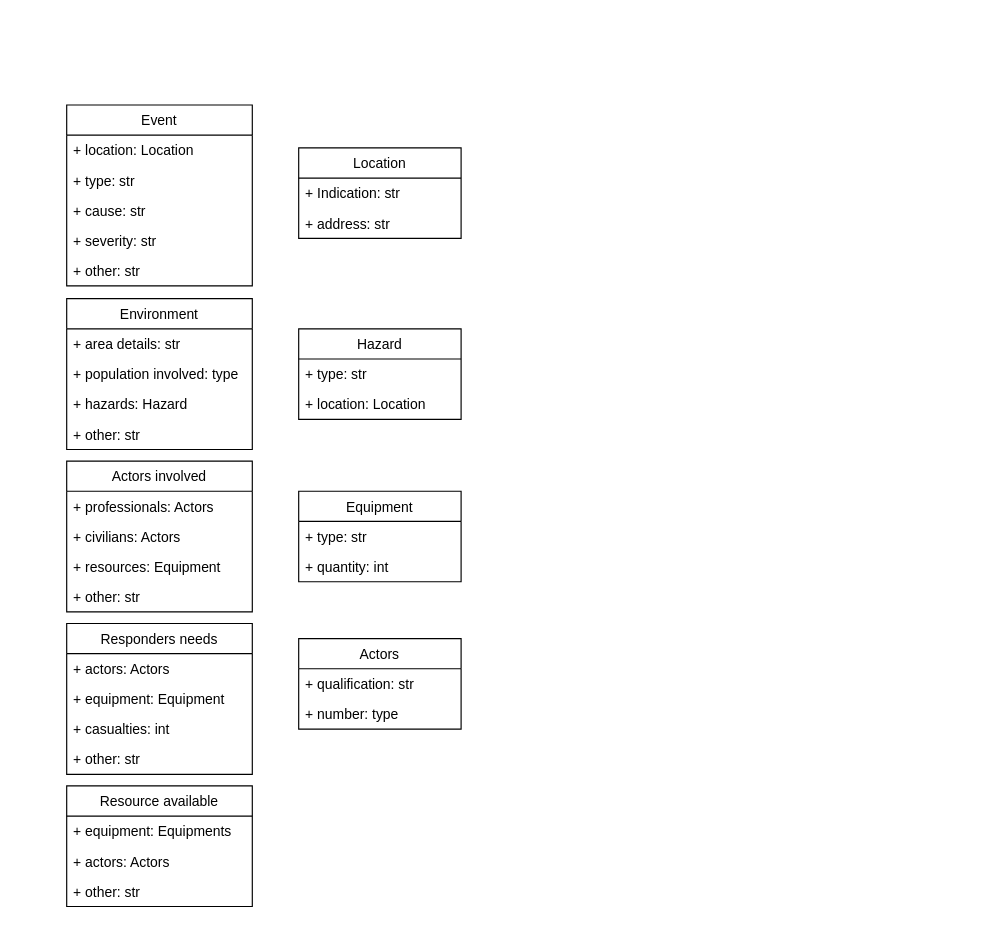
Before: figures/chap-3/information-needs.drawio in Kydlaw/Dissertation, a draw.io diagram. Source tidied: cells renumbered, new cells numbered last; positions are measured from the earlier drawing's top-left corner, leaving out a move shared by most shapes. Both pictures are drawn from the tidied source at 116%, with x=0, y=0 at pixel (66, 104).
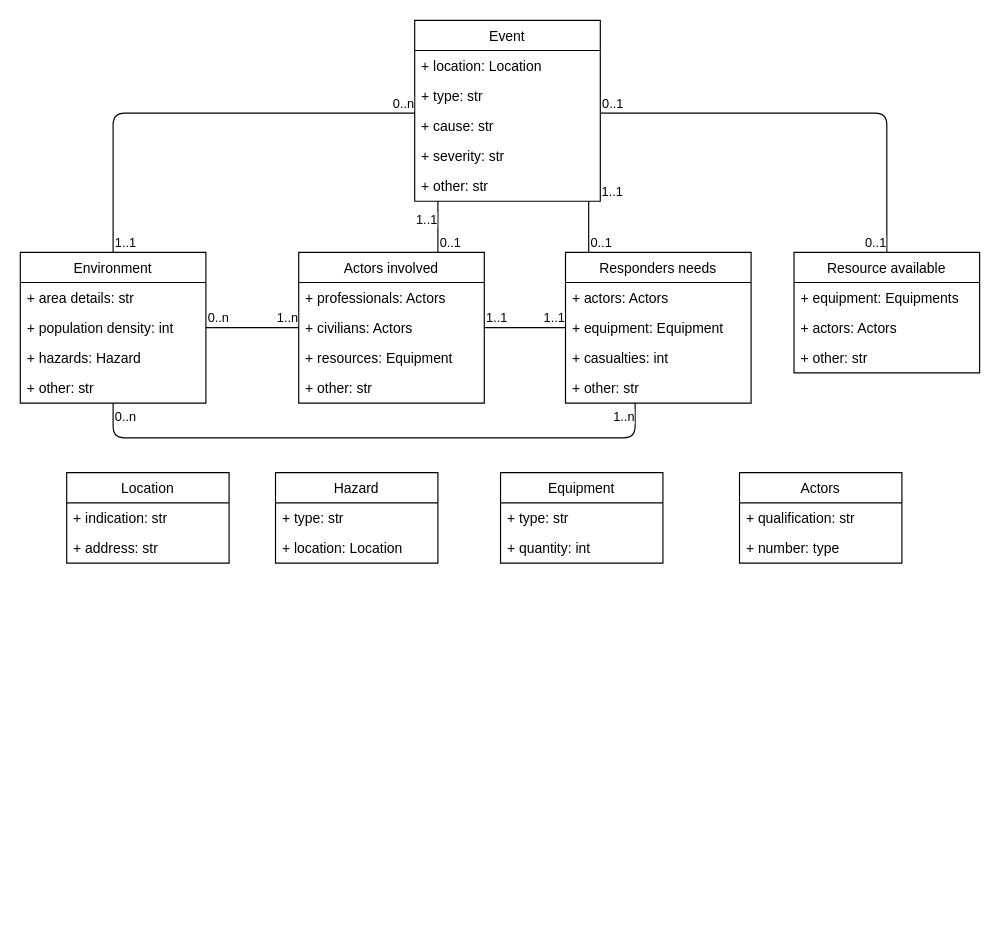
The same diagram, later.

Commit message (it also covers changes not shown here):
Update information-needs figure

The edit, as a diff of the source:
```diff
@@
     <mxCell id="2" value="Event" style="swimlane;fontStyle=0;horizontal=1;startSize=26;fillColor=none;hachureGap=4;" parent="1" vertex="1">
-      <mxGeometry width="160" height="156" as="geometry" />
+      <mxGeometry x="300" y="-73" width="160" height="156" as="geometry" />
     </mxCell>
@@
     <mxCell id="8" value="Location" style="swimlane;fontStyle=0;horizontal=1;startSize=26;fillColor=none;hachureGap=4;" parent="1" vertex="1">
-      <mxGeometry x="200" y="37" width="140" height="78" as="geometry" />
+      <mxGeometry y="317" width="140" height="78" as="geometry" />
     </mxCell>
-    <mxCell id="9" value="+ Indication: str" style="text;strokeColor=none;fillColor=none;align=left;verticalAlign=top;spacingLeft=4;spacingRight=4;overflow=hidden;" parent="8" vertex="1">
+    <mxCell id="9" value="+ indication: str" style="text;strokeColor=none;fillColor=none;align=left;verticalAlign=top;spacingLeft=4;spacingRight=4;overflow=hidden;" parent="8" vertex="1">
       <mxGeometry y="26" width="140" height="26" as="geometry" />
     </mxCell>
@@
     <mxCell id="11" value="Environment" style="swimlane;fontStyle=0;horizontal=1;startSize=26;fillColor=none;hachureGap=4;" parent="1" vertex="1">
-      <mxGeometry y="167" width="160" height="130" as="geometry" />
+      <mxGeometry x="-40" y="127" width="160" height="130" as="geometry" />
     </mxCell>
@@
-    <mxCell id="13" value="+ population involved: type" style="text;strokeColor=none;fillColor=none;align=left;verticalAlign=top;spacingLeft=4;spacingRight=4;overflow=hidden;" parent="11" vertex="1">
+    <mxCell id="13" value="+ population density: int" style="text;strokeColor=none;fillColor=none;align=left;verticalAlign=top;spacingLeft=4;spacingRight=4;overflow=hidden;" parent="11" vertex="1">
       <mxGeometry y="52" width="160" height="26" as="geometry" />
     </mxCell>
@@
     <mxCell id="16" value="Actors" style="swimlane;fontStyle=0;horizontal=1;startSize=26;fillColor=none;hachureGap=4;" parent="1" vertex="1">
-      <mxGeometry x="200" y="460" width="140" height="78" as="geometry" />
+      <mxGeometry x="580" y="317" width="140" height="78" as="geometry" />
     </mxCell>
@@
     <mxCell id="19" value="Responders needs" style="swimlane;fontStyle=0;horizontal=1;startSize=26;fillColor=none;hachureGap=4;" parent="1" vertex="1">
-      <mxGeometry y="447" width="160" height="130" as="geometry" />
+      <mxGeometry x="430" y="127" width="160" height="130" as="geometry" />
     </mxCell>
@@
     <mxCell id="24" value="Resource available" style="swimlane;fontStyle=0;horizontal=1;startSize=26;fillColor=none;hachureGap=4;" parent="1" vertex="1">
-      <mxGeometry y="587" width="160" height="104" as="geometry" />
+      <mxGeometry x="627" y="127" width="160" height="104" as="geometry" />
     </mxCell>
@@
     <mxCell id="28" value="Hazard" style="swimlane;fontStyle=0;horizontal=1;startSize=26;fillColor=none;hachureGap=4;" parent="1" vertex="1">
-      <mxGeometry x="200" y="193" width="140" height="78" as="geometry" />
+      <mxGeometry x="180" y="317" width="140" height="78" as="geometry" />
     </mxCell>
@@
     <mxCell id="31" value="Actors involved" style="swimlane;fontStyle=0;horizontal=1;startSize=26;fillColor=none;hachureGap=4;" parent="1" vertex="1">
-      <mxGeometry y="307" width="160" height="130" as="geometry" />
+      <mxGeometry x="200" y="127" width="160" height="130" as="geometry" />
     </mxCell>
@@
     <mxCell id="36" value="Equipment" style="swimlane;fontStyle=0;horizontal=1;startSize=26;fillColor=none;hachureGap=4;" parent="1" vertex="1">
-      <mxGeometry x="200" y="333" width="140" height="78" as="geometry" />
+      <mxGeometry x="374" y="317" width="140" height="78" as="geometry" />
     </mxCell>
@@
+    <mxCell id="39" style="endArrow=none;html=1;edgeStyle=orthogonalEdgeStyle;" parent="1" edge="1" source="11" target="2">
+      <mxGeometry relative="1" as="geometry">
+        <Array as="points">
+          <mxPoint x="40" y="7" />
+        </Array>
+      </mxGeometry>
+    </mxCell>
+    <mxCell id="40" value="1..1" style="edgeLabel;html=1;align=left;verticalAlign=bottom;" parent="39" vertex="1">
+      <mxGeometry x="-1" relative="1" as="geometry" />
+    </mxCell>
+    <mxCell id="41" value="0..n" style="edgeLabel;html=1;align=right;verticalAlign=bottom;" parent="39" vertex="1">
+      <mxGeometry x="1" relative="1" as="geometry" />
+    </mxCell>
+    <mxCell id="42" style="endArrow=none;html=1;edgeStyle=orthogonalEdgeStyle;" parent="1" edge="1" source="11" target="31">
+      <mxGeometry relative="1" as="geometry" />
+    </mxCell>
+    <mxCell id="43" value="0..n" style="edgeLabel;html=1;align=left;verticalAlign=bottom;" parent="42" vertex="1">
+      <mxGeometry x="-1" relative="1" as="geometry" />
+    </mxCell>
+    <mxCell id="44" value="1..n" style="edgeLabel;html=1;align=right;verticalAlign=bottom;" parent="42" vertex="1">
+      <mxGeometry x="1" relative="1" as="geometry" />
+    </mxCell>
+    <mxCell id="45" style="endArrow=none;html=1;edgeStyle=orthogonalEdgeStyle;" parent="1" edge="1" source="31" target="2">
+      <mxGeometry relative="1" as="geometry">
+        <Array as="points">
+          <mxPoint x="320" y="107" />
+          <mxPoint x="320" y="107" />
+        </Array>
+      </mxGeometry>
+    </mxCell>
+    <mxCell id="46" value="0..1" style="edgeLabel;html=1;align=left;verticalAlign=bottom;" parent="45" vertex="1">
+      <mxGeometry x="-1" relative="1" as="geometry" />
+    </mxCell>
+    <mxCell id="47" value="1..1" style="edgeLabel;html=1;align=right;verticalAlign=bottom;" parent="45" vertex="1">
+      <mxGeometry x="1" relative="1" as="geometry">
+        <mxPoint y="24" as="offset" />
+      </mxGeometry>
+    </mxCell>
+    <mxCell id="48" style="endArrow=none;html=1;edgeStyle=orthogonalEdgeStyle;" parent="1" edge="1" source="19" target="2">
+      <mxGeometry relative="1" as="geometry">
+        <Array as="points">
+          <mxPoint x="450" y="97" />
+          <mxPoint x="450" y="97" />
+        </Array>
+      </mxGeometry>
+    </mxCell>
+    <mxCell id="49" value="&lt;div&gt;0..1&lt;/div&gt;" style="edgeLabel;html=1;align=left;verticalAlign=bottom;" parent="48" vertex="1">
+      <mxGeometry x="-1" relative="1" as="geometry" />
+    </mxCell>
+    <mxCell id="50" value="&lt;div&gt;1..1&lt;/div&gt;" style="edgeLabel;html=1;align=right;verticalAlign=bottom;" parent="48" vertex="1">
+      <mxGeometry x="1" relative="1" as="geometry">
+        <mxPoint x="30" as="offset" />
+      </mxGeometry>
+    </mxCell>
+    <mxCell id="51" style="endArrow=none;html=1;edgeStyle=orthogonalEdgeStyle;" parent="1" edge="1" source="2" target="24">
+      <mxGeometry relative="1" as="geometry">
+        <Array as="points">
+          <mxPoint x="707" y="7" />
+        </Array>
+      </mxGeometry>
+    </mxCell>
+    <mxCell id="52" value="0..1" style="edgeLabel;html=1;align=left;verticalAlign=bottom;" parent="51" vertex="1">
+      <mxGeometry x="-1" relative="1" as="geometry" />
+    </mxCell>
+    <mxCell id="53" value="0..1" style="edgeLabel;html=1;align=right;verticalAlign=bottom;" parent="51" vertex="1">
+      <mxGeometry x="1" relative="1" as="geometry" />
+    </mxCell>
+    <mxCell id="54" style="endArrow=none;html=1;edgeStyle=orthogonalEdgeStyle;" parent="1" edge="1" source="11" target="19">
+      <mxGeometry relative="1" as="geometry">
+        <Array as="points">
+          <mxPoint x="40" y="287" />
+          <mxPoint x="490" y="287" />
+        </Array>
+      </mxGeometry>
+    </mxCell>
+    <mxCell id="55" value="0..n" style="edgeLabel;html=1;align=left;verticalAlign=bottom;" parent="54" vertex="1">
+      <mxGeometry x="-1" relative="1" as="geometry">
+        <mxPoint y="20" as="offset" />
+      </mxGeometry>
+    </mxCell>
+    <mxCell id="56" value="1..n" style="edgeLabel;html=1;align=right;verticalAlign=bottom;" parent="54" vertex="1">
+      <mxGeometry x="1" relative="1" as="geometry">
+        <mxPoint y="20" as="offset" />
+      </mxGeometry>
+    </mxCell>
+    <mxCell id="57" style="endArrow=none;html=1;edgeStyle=orthogonalEdgeStyle;" parent="1" edge="1" source="31" target="19">
+      <mxGeometry relative="1" as="geometry" />
+    </mxCell>
+    <mxCell id="58" value="1..1" style="edgeLabel;html=1;align=left;verticalAlign=bottom;" parent="57" vertex="1">
+      <mxGeometry x="-1" relative="1" as="geometry" />
+    </mxCell>
+    <mxCell id="59" value="1..1" style="edgeLabel;html=1;align=right;verticalAlign=bottom;" parent="57" vertex="1">
+      <mxGeometry x="1" relative="1" as="geometry" />
+    </mxCell>
```
